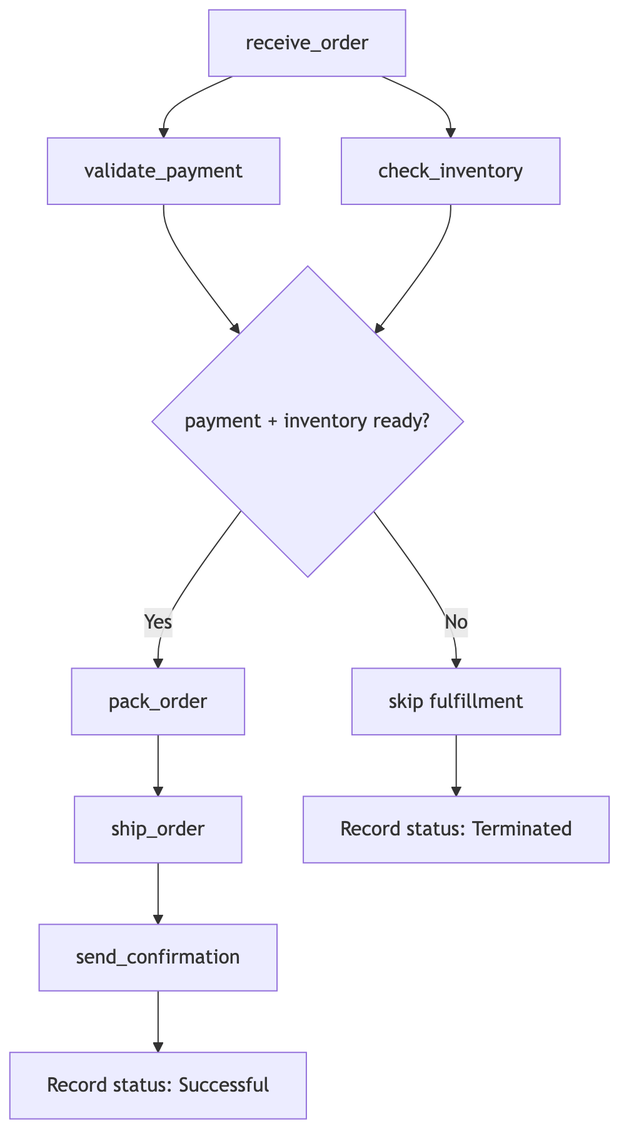
Above: docs/diagrams/dependency-order-processing.png in Concurra/concurra (Mermaid), before the change. Its source is kept beside it as docs/diagrams/dependency-order-processing.mmd. The source it was exported from:
```mermaid
flowchart TD
    A["receive_order"] --> B["validate_payment"]
    A --> C["check_inventory"]

    B --> D{"payment + inventory ready?"}
    C --> D

    D -- "Yes" --> E["pack_order"]
    D -- "No" --> F["skip fulfillment"]

    E --> G["ship_order"]
    G --> H["send_confirmation"]
    F --> I["Record status: Terminated"]
    H --> J["Record status: Successful"]
```
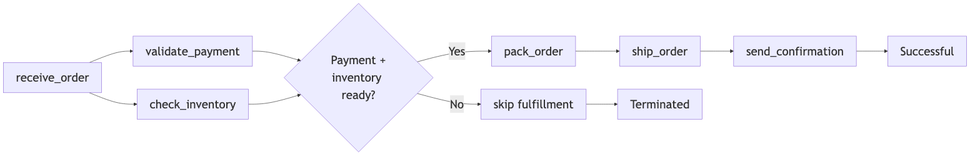
The same diagram one commit later.

Commit message:
Compact README diagrams

Change to the diagram source:
```diff
@@ -1,14 +1,15 @@
-flowchart TD
+%%{init: {"themeVariables": {"fontSize": "28px"}, "flowchart": {"nodeSpacing": 55, "rankSpacing": 75}}}%%
+flowchart LR
     A["receive_order"] --> B["validate_payment"]
     A --> C["check_inventory"]
 
-    B --> D{"payment + inventory ready?"}
+    B --> D{"Payment +<br/>inventory ready?"}
     C --> D
 
     D -- "Yes" --> E["pack_order"]
-    D -- "No" --> F["skip fulfillment"]
+    E --> F["ship_order"]
+    F --> G["send_confirmation"]
+    G --> H["Successful"]
 
-    E --> G["ship_order"]
-    G --> H["send_confirmation"]
-    F --> I["Record status: Terminated"]
-    H --> J["Record status: Successful"]
+    D -- "No" --> I["skip fulfillment"]
+    I --> J["Terminated"]
```
